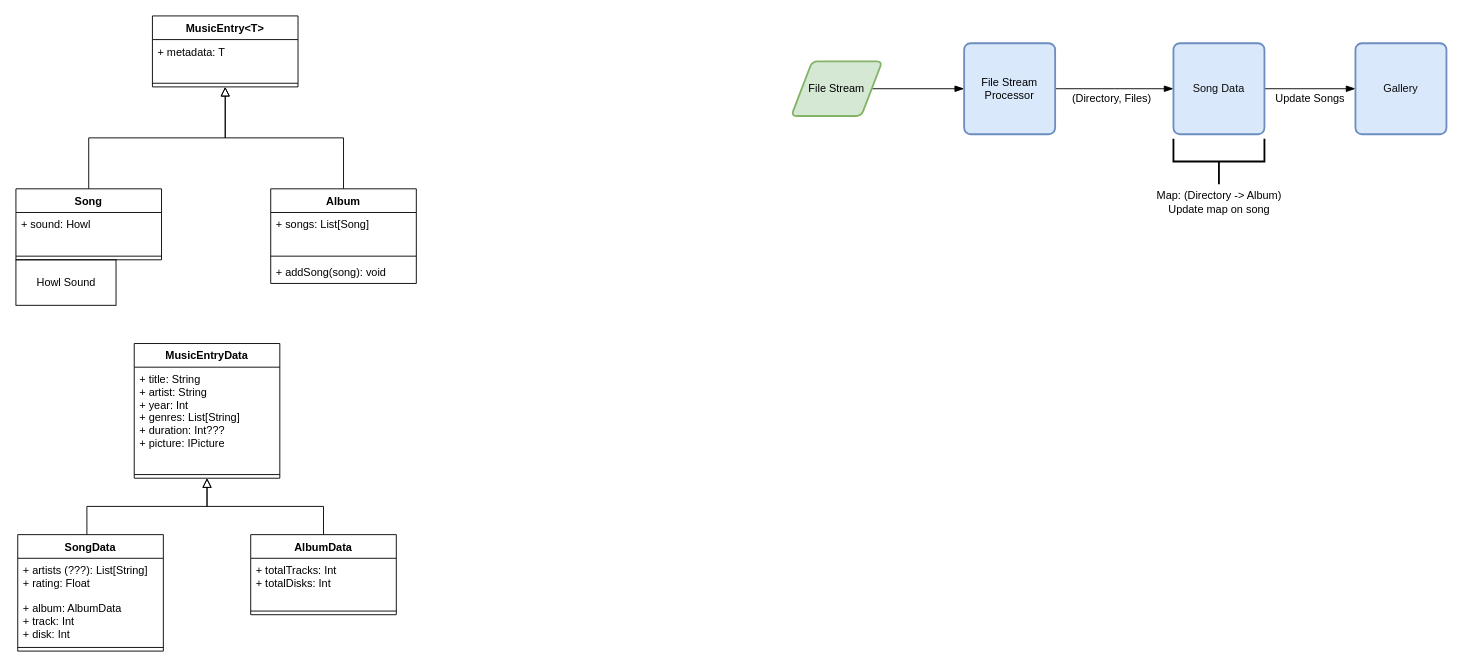
This is design/music-data-model.drawio from elatoskinas/music-desktop-app, a draw.io file, before an edit. Source tidied: cells renumbered, new cells numbered last; positions are measured from the earlier drawing's top-left corner, leaving out a move shared by most shapes. Both pictures are drawn from the tidied source at 91%, with x=0, y=0 at pixel (15, 15).
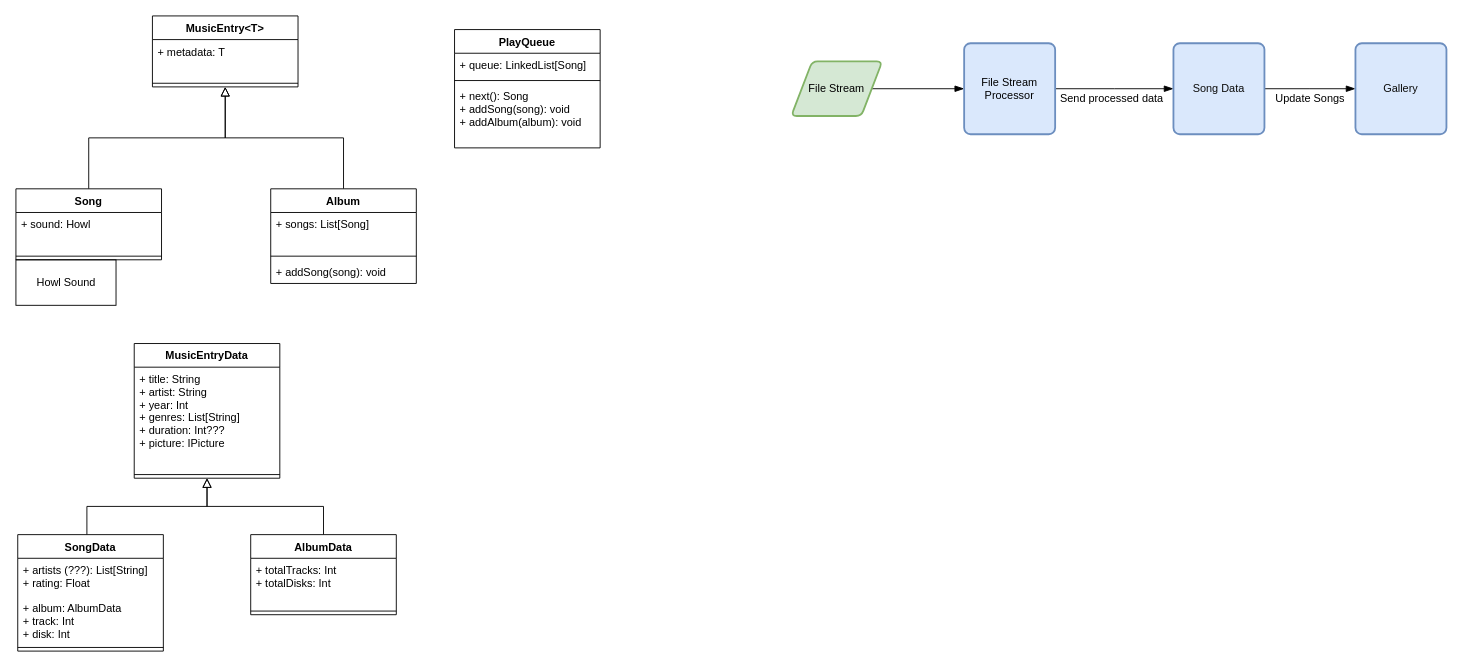
Above is the later version.

Commit message:
Update music data model design

The change refers to these unchanged cells:
```xml
<mxCell id="28" style="edgeStyle=orthogonalEdgeStyle;rounded=0;jettySize=auto;html=1;exitX=1;exitY=0.5;exitDx=0;exitDy=0;startSize=8;endArrow=blockThin;endFill=1;endSize=8;strokeWidth=1;" parent="1" edge="1" source="30">
  <mxGeometry relative="1" as="geometry">
    <mxPoint x="1272" y="80" as="targetPoint" />
  </mxGeometry>
</mxCell>
```

Diff of the diagram source:
```diff
@@
-    <mxCell id="29" value="(Directory, Files)" style="text;align=center;verticalAlign=middle;" parent="28" vertex="1">
+    <mxCell id="29" value="Send processed data" style="text;align=center;verticalAlign=middle;" parent="28" vertex="1">
       <mxGeometry x="-0.05" relative="1" as="geometry">
         <mxPoint y="10" as="offset" />
       </mxGeometry>
     </mxCell>
@@
-    <mxCell id="33" style="strokeWidth=2;html=1;shape=mxgraph.flowchart.annotation_2;align=left;labelPosition=right;labelBackgroundColor=none;fontColor=#4C00FF;rotation=-90;" parent="1" vertex="1">
-      <mxGeometry x="1297" y="110" width="50" height="100" as="geometry" />
-    </mxCell>
-    <mxCell id="34" value="&lt;font color=&quot;#000000&quot;&gt;Map: (Directory -&amp;gt; Album)&lt;br&gt;Update map on song&lt;br&gt;&lt;/font&gt;" style="text;html=1;align=center;verticalAlign=middle;fontColor=#4C00FF;" parent="1" vertex="1">
-      <mxGeometry x="1247" y="190" width="150" height="30" as="geometry" />
-    </mxCell>
@@
+    <mxCell id="37" value="PlayQueue" style="swimlane;fontStyle=1;align=center;verticalAlign=top;horizontal=1;startSize=26;" parent="1" vertex="1">
+      <mxGeometry x="482" y="15" width="160" height="130" as="geometry" />
+    </mxCell>
+    <mxCell id="38" value="+ queue: LinkedList[Song]" style="text;strokeColor=none;fillColor=none;align=left;verticalAlign=top;spacingLeft=4;spacingRight=4;overflow=hidden;" parent="37" vertex="1">
+      <mxGeometry y="26" width="160" height="26" as="geometry" />
+    </mxCell>
+    <mxCell id="39" style="line;strokeWidth=1;fillColor=none;align=left;verticalAlign=middle;spacingTop=-1;spacingLeft=3;spacingRight=3;labelPosition=right;" parent="37" vertex="1">
+      <mxGeometry y="52" width="160" height="8" as="geometry" />
+    </mxCell>
+    <mxCell id="40" value="+ next(): Song&#10;+ addSong(song): void&#10;+ addAlbum(album): void" style="text;strokeColor=none;fillColor=none;align=left;verticalAlign=top;spacingLeft=4;spacingRight=4;overflow=hidden;" parent="37" vertex="1">
+      <mxGeometry y="60" width="160" height="70" as="geometry" />
+    </mxCell>
```
